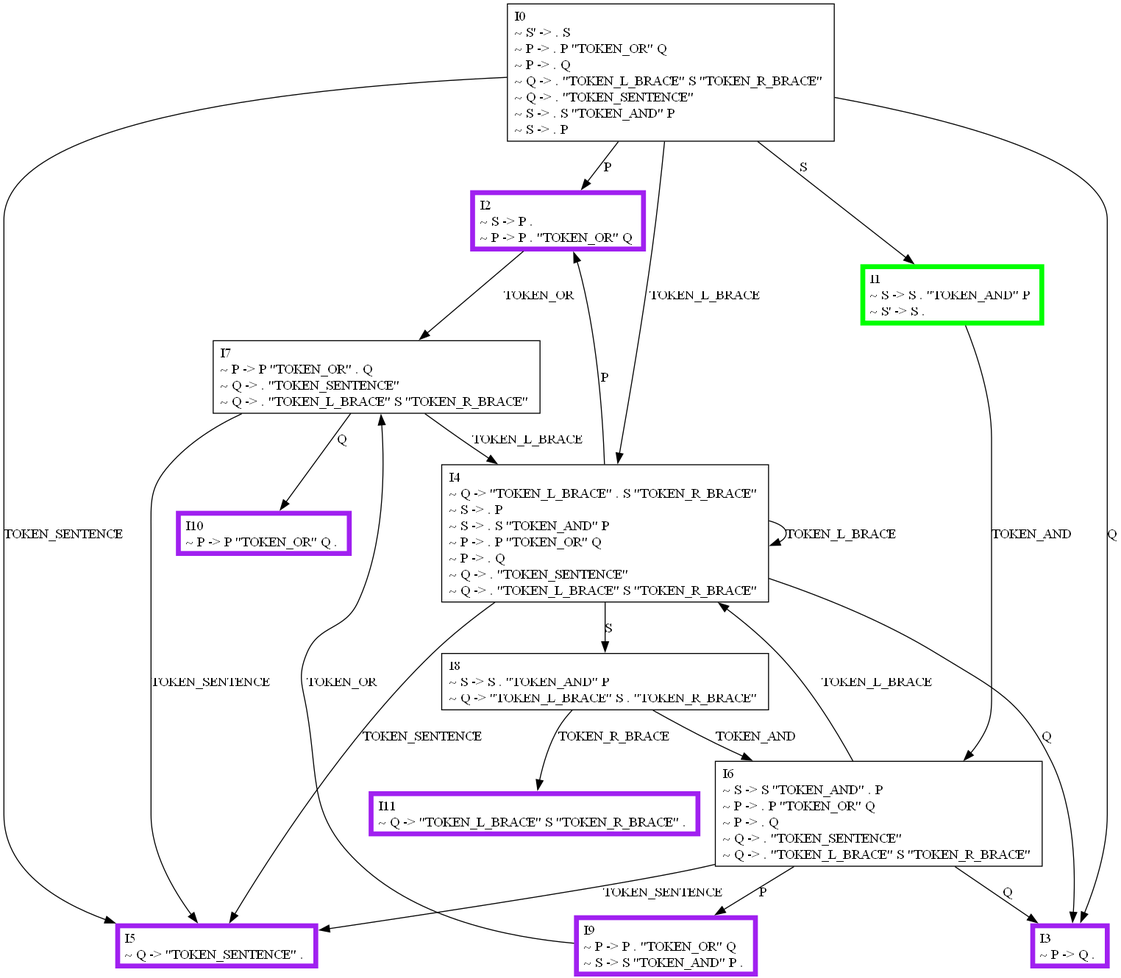
This is graph/slr.png from MarchMol/syntax_analyzer, a Graphviz export, as it was before one commit. Its source is kept beside it as graph/slr.dot.
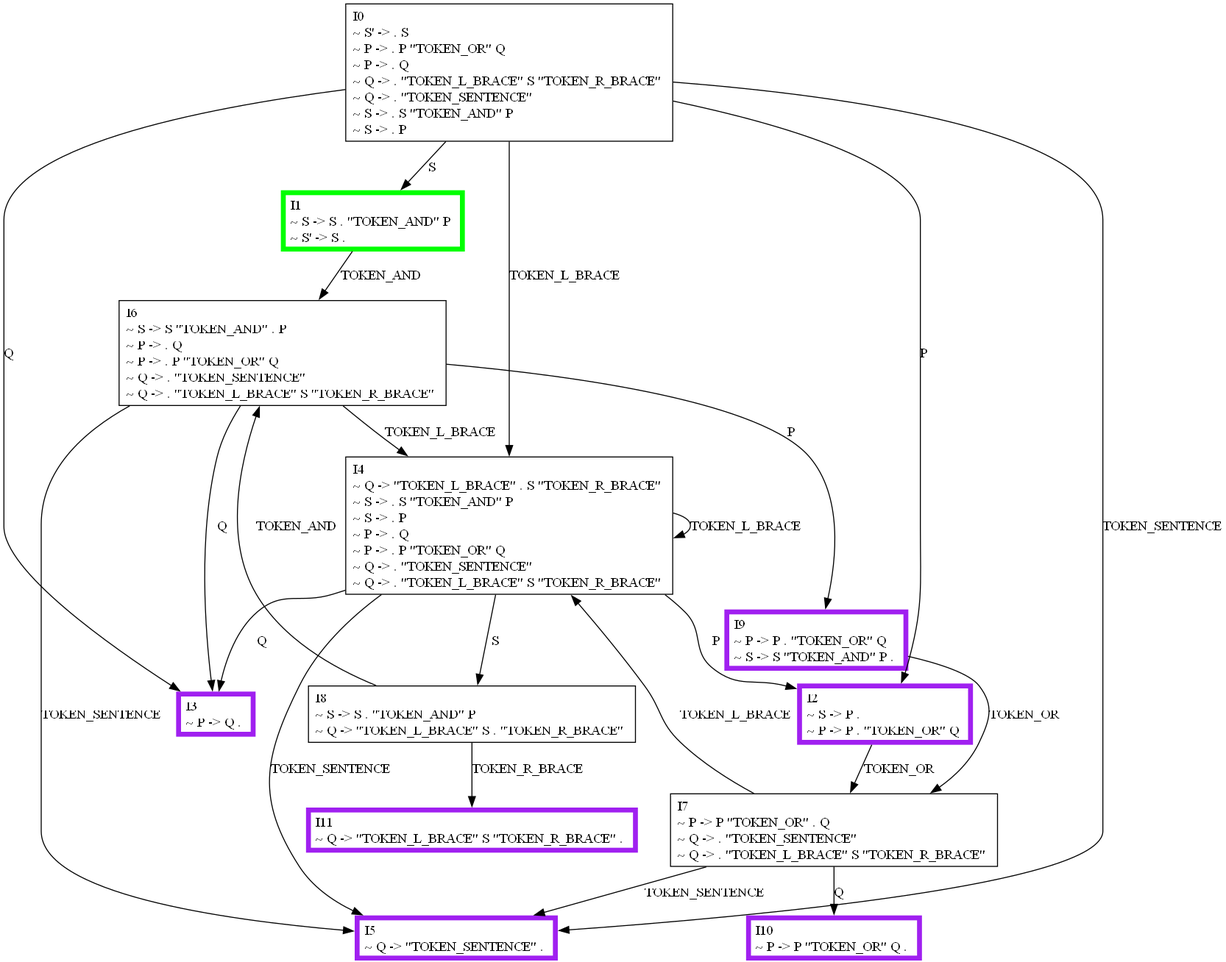
The same diagram one commit later.

Change to the diagram source:
```diff
@@ -1,36 +1,36 @@
 digraph {
-    0 [ label = "I2\l~ S -> P . \l~ P -> P . \"TOKEN_OR\" Q \l" shape=box, color=purple, penwidth=5]
-    1 [ label = "I4\l~ Q -> \"TOKEN_L_BRACE\" . S \"TOKEN_R_BRACE\" \l~ S -> . P \l~ S -> . S \"TOKEN_AND\" P \l~ P -> . P \"TOKEN_OR\" Q \l~ P -> . Q \l~ Q -> . \"TOKEN_SENTENCE\" \l~ Q -> . \"TOKEN_L_BRACE\" S \"TOKEN_R_BRACE\" \l" shape=box]
-    2 [ label = "I7\l~ P -> P \"TOKEN_OR\" . Q \l~ Q -> . \"TOKEN_SENTENCE\" \l~ Q -> . \"TOKEN_L_BRACE\" S \"TOKEN_R_BRACE\" \l" shape=box]
-    3 [ label = "I9\l~ P -> P . \"TOKEN_OR\" Q \l~ S -> S \"TOKEN_AND\" P . \l" shape=box, color=purple, penwidth=5]
-    4 [ label = "I8\l~ S -> S . \"TOKEN_AND\" P \l~ Q -> \"TOKEN_L_BRACE\" S . \"TOKEN_R_BRACE\" \l" shape=box]
-    5 [ label = "I6\l~ S -> S \"TOKEN_AND\" . P \l~ P -> . P \"TOKEN_OR\" Q \l~ P -> . Q \l~ Q -> . \"TOKEN_SENTENCE\" \l~ Q -> . \"TOKEN_L_BRACE\" S \"TOKEN_R_BRACE\" \l" shape=box]
-    6 [ label = "I1\l~ S -> S . \"TOKEN_AND\" P \l~ S' -> S . \l" shape=box, color=green, penwidth=5]
-    7 [ label = "I0\l~ S' -> . S \l~ P -> . P \"TOKEN_OR\" Q \l~ P -> . Q \l~ Q -> . \"TOKEN_L_BRACE\" S \"TOKEN_R_BRACE\" \l~ Q -> . \"TOKEN_SENTENCE\" \l~ S -> . S \"TOKEN_AND\" P \l~ S -> . P \l" shape=box]
+    0 [ label = "I6\l~ S -> S \"TOKEN_AND\" . P \l~ P -> . Q \l~ P -> . P \"TOKEN_OR\" Q \l~ Q -> . \"TOKEN_SENTENCE\" \l~ Q -> . \"TOKEN_L_BRACE\" S \"TOKEN_R_BRACE\" \l" shape=box]
+    1 [ label = "I8\l~ S -> S . \"TOKEN_AND\" P \l~ Q -> \"TOKEN_L_BRACE\" S . \"TOKEN_R_BRACE\" \l" shape=box]
+    2 [ label = "I0\l~ S' -> . S \l~ P -> . P \"TOKEN_OR\" Q \l~ P -> . Q \l~ Q -> . \"TOKEN_L_BRACE\" S \"TOKEN_R_BRACE\" \l~ Q -> . \"TOKEN_SENTENCE\" \l~ S -> . S \"TOKEN_AND\" P \l~ S -> . P \l" shape=box]
+    3 [ label = "I4\l~ Q -> \"TOKEN_L_BRACE\" . S \"TOKEN_R_BRACE\" \l~ S -> . S \"TOKEN_AND\" P \l~ S -> . P \l~ P -> . Q \l~ P -> . P \"TOKEN_OR\" Q \l~ Q -> . \"TOKEN_SENTENCE\" \l~ Q -> . \"TOKEN_L_BRACE\" S \"TOKEN_R_BRACE\" \l" shape=box]
+    4 [ label = "I2\l~ S -> P . \l~ P -> P . \"TOKEN_OR\" Q \l" shape=box, color=purple, penwidth=5]
+    5 [ label = "I9\l~ P -> P . \"TOKEN_OR\" Q \l~ S -> S \"TOKEN_AND\" P . \l" shape=box, color=purple, penwidth=5]
+    6 [ label = "I7\l~ P -> P \"TOKEN_OR\" . Q \l~ Q -> . \"TOKEN_SENTENCE\" \l~ Q -> . \"TOKEN_L_BRACE\" S \"TOKEN_R_BRACE\" \l" shape=box]
+    7 [ label = "I1\l~ S -> S . \"TOKEN_AND\" P \l~ S' -> S . \l" shape=box, color=green, penwidth=5]
     8 [ label = "I3\l~ P -> Q . \l" shape=box, color=purple, penwidth=5]
     9 [ label = "I5\l~ Q -> \"TOKEN_SENTENCE\" . \l" shape=box, color=purple, penwidth=5]
-    10 [ label = "I10\l~ P -> P \"TOKEN_OR\" Q . \l" shape=box, color=purple, penwidth=5]
-    11 [ label = "I11\l~ Q -> \"TOKEN_L_BRACE\" S \"TOKEN_R_BRACE\" . \l" shape=box, color=purple, penwidth=5]
-    0 -> 2 [ label = "TOKEN_OR" ]
-    1 -> 8 [ label = "Q" ]
-    1 -> 4 [ label = "S" ]
-    1 -> 0 [ label = "P" ]
-    1 -> 9 [ label = "TOKEN_SENTENCE" ]
-    1 -> 1 [ label = "TOKEN_L_BRACE" ]
-    2 -> 1 [ label = "TOKEN_L_BRACE" ]
-    2 -> 10 [ label = "Q" ]
+    10 [ label = "I11\l~ Q -> \"TOKEN_L_BRACE\" S \"TOKEN_R_BRACE\" . \l" shape=box, color=purple, penwidth=5]
+    11 [ label = "I10\l~ P -> P \"TOKEN_OR\" Q . \l" shape=box, color=purple, penwidth=5]
+    0 -> 3 [ label = "TOKEN_L_BRACE" ]
+    0 -> 8 [ label = "Q" ]
+    0 -> 5 [ label = "P" ]
+    0 -> 9 [ label = "TOKEN_SENTENCE" ]
+    1 -> 10 [ label = "TOKEN_R_BRACE" ]
+    1 -> 0 [ label = "TOKEN_AND" ]
+    2 -> 3 [ label = "TOKEN_L_BRACE" ]
+    2 -> 4 [ label = "P" ]
+    2 -> 8 [ label = "Q" ]
     2 -> 9 [ label = "TOKEN_SENTENCE" ]
-    3 -> 2 [ label = "TOKEN_OR" ]
-    4 -> 11 [ label = "TOKEN_R_BRACE" ]
-    4 -> 5 [ label = "TOKEN_AND" ]
-    5 -> 9 [ label = "TOKEN_SENTENCE" ]
-    5 -> 3 [ label = "P" ]
-    5 -> 8 [ label = "Q" ]
-    5 -> 1 [ label = "TOKEN_L_BRACE" ]
-    6 -> 5 [ label = "TOKEN_AND" ]
-    7 -> 6 [ label = "S" ]
-    7 -> 8 [ label = "Q" ]
-    7 -> 0 [ label = "P" ]
-    7 -> 1 [ label = "TOKEN_L_BRACE" ]
-    7 -> 9 [ label = "TOKEN_SENTENCE" ]
+    2 -> 7 [ label = "S" ]
+    3 -> 1 [ label = "S" ]
+    3 -> 8 [ label = "Q" ]
+    3 -> 4 [ label = "P" ]
+    3 -> 9 [ label = "TOKEN_SENTENCE" ]
+    3 -> 3 [ label = "TOKEN_L_BRACE" ]
+    4 -> 6 [ label = "TOKEN_OR" ]
+    5 -> 6 [ label = "TOKEN_OR" ]
+    6 -> 3 [ label = "TOKEN_L_BRACE" ]
+    6 -> 11 [ label = "Q" ]
+    6 -> 9 [ label = "TOKEN_SENTENCE" ]
+    7 -> 0 [ label = "TOKEN_AND" ]
 }
```
